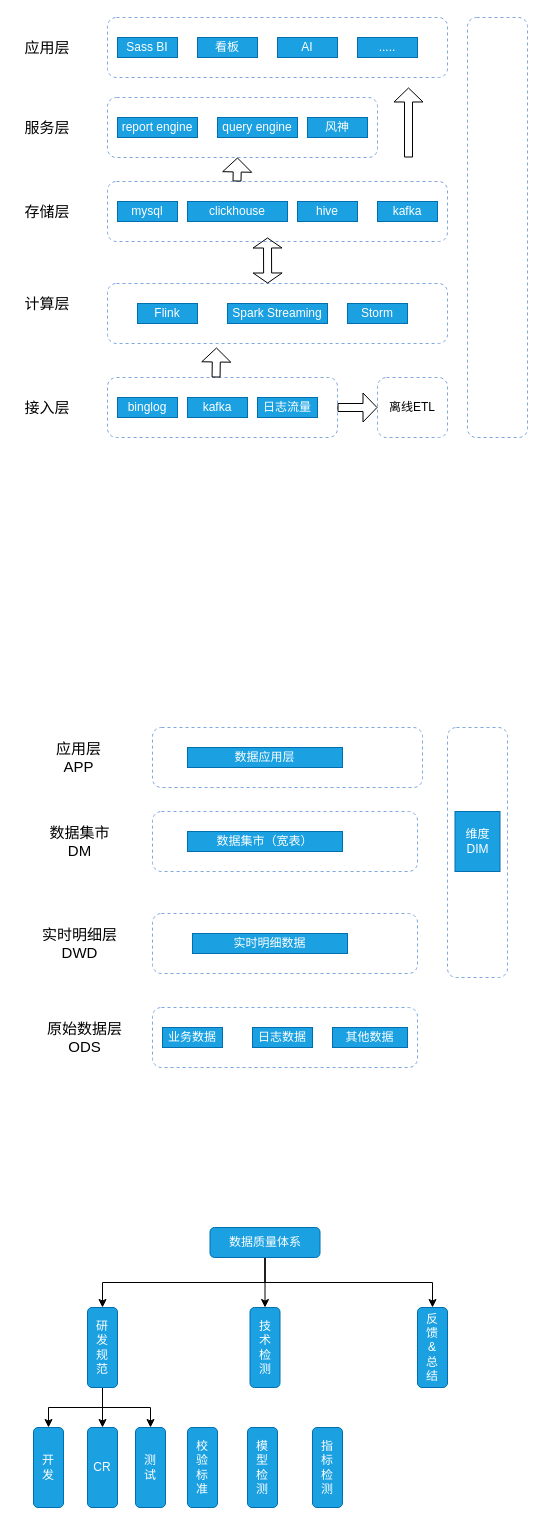
The draw.io diagram realtime_data_warehouse.drawio in cicelprg/drawio, before the edit. Source tidied: cells renumbered, new cells numbered last; positions are measured from the earlier drawing's top-left corner, leaving out a move shared by most shapes. Both pictures are drawn from the tidied source at 100%, with x=0, y=0 at pixel (17, 17).
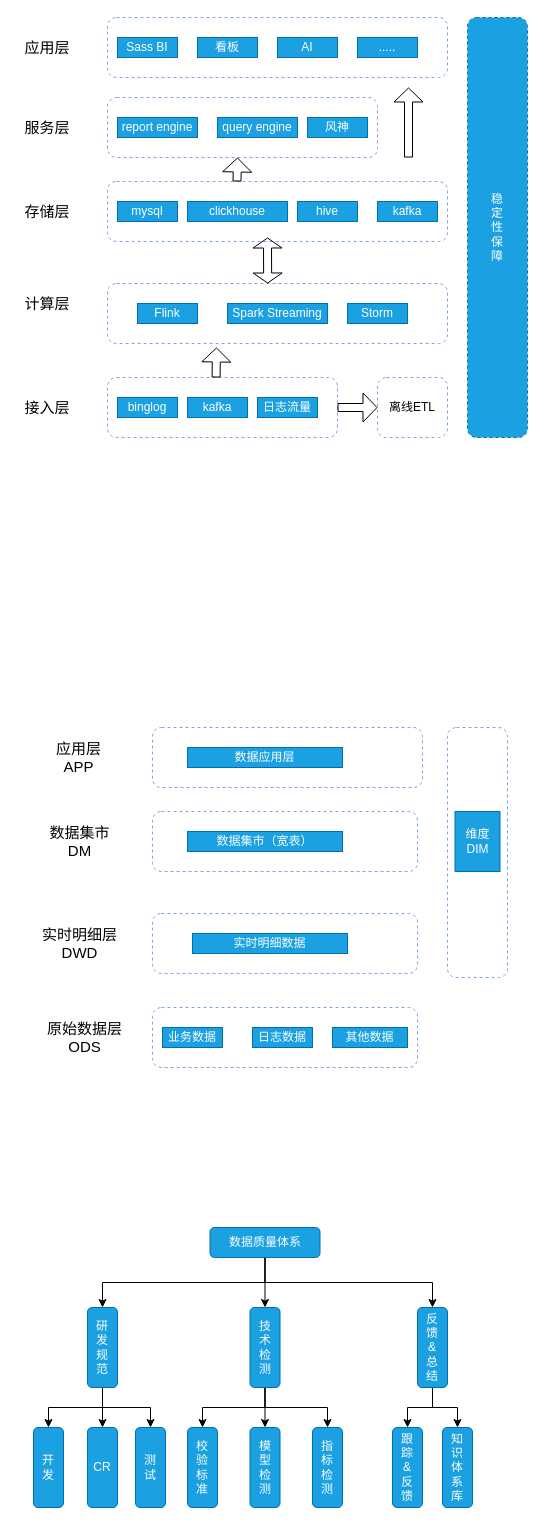
The same page after the edit.

The change refers to these unchanged cells:
```xml
<mxCell id="60" value="技&lt;br&gt;术&lt;br&gt;检&lt;br&gt;测" style="rounded=1;whiteSpace=wrap;html=1;fillColor=#1ba1e2;strokeColor=#006EAF;fontColor=#ffffff;" parent="1" vertex="1">
  <mxGeometry x="232.5" y="1290" width="30" height="80" as="geometry" />
</mxCell>
<mxCell id="61" value="反&lt;br&gt;馈&lt;br&gt;&amp;amp;&lt;br&gt;总&lt;br&gt;结" style="rounded=1;whiteSpace=wrap;html=1;fillColor=#1ba1e2;strokeColor=#006EAF;fontColor=#ffffff;" parent="1" vertex="1">
  <mxGeometry x="400" y="1290" width="30" height="80" as="geometry" />
</mxCell>
<mxCell id="63" value="校&lt;br&gt;验&lt;br&gt;标&lt;br&gt;准" style="rounded=1;whiteSpace=wrap;html=1;fillColor=#1ba1e2;strokeColor=#006EAF;fontColor=#ffffff;" parent="1" vertex="1">
  <mxGeometry x="170" y="1410" width="30" height="80" as="geometry" />
</mxCell>
<mxCell id="64" value="指&lt;br&gt;标&lt;br&gt;检&lt;br&gt;测" style="rounded=1;whiteSpace=wrap;html=1;fillColor=#1ba1e2;strokeColor=#006EAF;fontColor=#ffffff;" parent="1" vertex="1">
  <mxGeometry x="295" y="1410" width="30" height="80" as="geometry" />
</mxCell>
```

Change to the diagram source:
```diff
@@
-    <mxCell id="51" style="rounded=1;whiteSpace=wrap;html=1;dashed=1;strokeColor=#7EA6E0;" parent="1" vertex="1">
+    <mxCell id="51" value="稳&lt;br&gt;定&lt;br&gt;性&lt;br&gt;保&lt;br&gt;障" style="rounded=1;whiteSpace=wrap;html=1;dashed=1;strokeColor=#006EAF;fillColor=#1ba1e2;fontColor=#ffffff;" parent="1" vertex="1">
       <mxGeometry x="450" width="60" height="420" as="geometry" />
     </mxCell>
@@
+    <mxCell id="68" style="edgeStyle=orthogonalEdgeStyle;rounded=0;jettySize=auto;html=1;exitX=0.5;exitY=1;exitDx=0;exitDy=0;entryX=0.5;entryY=0;entryDx=0;entryDy=0;" parent="1" edge="1" source="60" target="63">
+      <mxGeometry relative="1" as="geometry" />
+    </mxCell>
+    <mxCell id="69" style="edgeStyle=orthogonalEdgeStyle;rounded=0;jettySize=auto;html=1;exitX=0.5;exitY=1;exitDx=0;exitDy=0;entryX=0.5;entryY=0;entryDx=0;entryDy=0;" parent="1" edge="1" source="60" target="62">
+      <mxGeometry relative="1" as="geometry" />
+    </mxCell>
+    <mxCell id="70" style="edgeStyle=orthogonalEdgeStyle;rounded=0;jettySize=auto;html=1;exitX=0.5;exitY=1;exitDx=0;exitDy=0;" parent="1" edge="1" source="60" target="64">
+      <mxGeometry relative="1" as="geometry" />
+    </mxCell>
@@
+    <mxCell id="71" style="edgeStyle=orthogonalEdgeStyle;rounded=0;jettySize=auto;html=1;exitX=0.5;exitY=1;exitDx=0;exitDy=0;entryX=0.5;entryY=0;entryDx=0;entryDy=0;" parent="1" edge="1" source="61" target="73">
+      <mxGeometry relative="1" as="geometry" />
+    </mxCell>
+    <mxCell id="72" style="edgeStyle=orthogonalEdgeStyle;rounded=0;jettySize=auto;html=1;exitX=0.5;exitY=1;exitDx=0;exitDy=0;entryX=0.5;entryY=0;entryDx=0;entryDy=0;" parent="1" edge="1" source="61" target="74">
+      <mxGeometry relative="1" as="geometry" />
+    </mxCell>
@@
     <mxCell id="62" value="模&lt;br&gt;型&lt;br&gt;检&lt;br&gt;测" style="rounded=1;whiteSpace=wrap;html=1;fillColor=#1ba1e2;strokeColor=#006EAF;fontColor=#ffffff;" parent="1" vertex="1">
-      <mxGeometry x="230" y="1410" width="30" height="80" as="geometry" />
+      <mxGeometry x="232.5" y="1410" width="30" height="80" as="geometry" />
     </mxCell>
@@
+    <mxCell id="73" value="跟&lt;br&gt;踪&lt;br&gt;&amp;amp;&lt;br&gt;反&lt;br&gt;馈" style="rounded=1;whiteSpace=wrap;html=1;fillColor=#1ba1e2;strokeColor=#006EAF;fontColor=#ffffff;" parent="1" vertex="1">
+      <mxGeometry x="375" y="1410" width="30" height="80" as="geometry" />
+    </mxCell>
+    <mxCell id="74" value="知&lt;br&gt;识&lt;br&gt;体&lt;br&gt;系&lt;br&gt;库" style="rounded=1;whiteSpace=wrap;html=1;fillColor=#1ba1e2;strokeColor=#006EAF;fontColor=#ffffff;" parent="1" vertex="1">
+      <mxGeometry x="425" y="1410" width="30" height="80" as="geometry" />
+    </mxCell>
```
